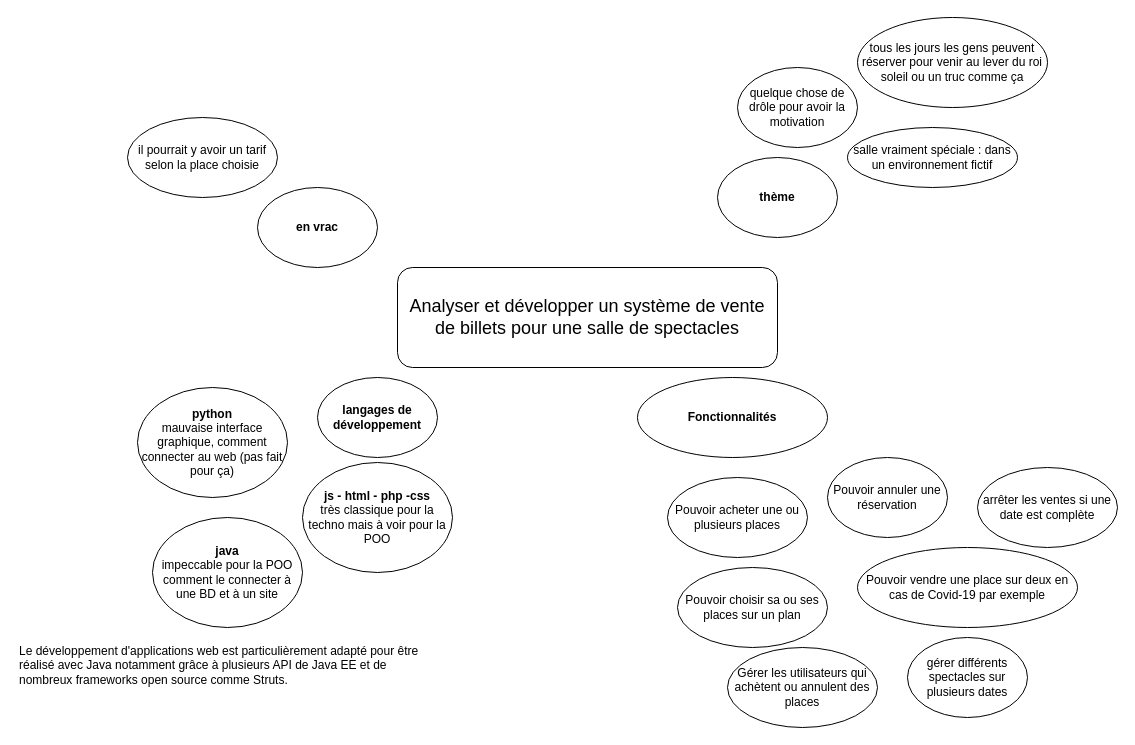
The draw.io diagram page "brainstorming" (1 of 7) of analyse/Diagramme sans nom.drawio in baptisteRiviere/SpectacleHallManagement, before the edit. Source tidied: cells renumbered, new cells numbered last; positions are measured from the earlier drawing's top-left corner, leaving out a move shared by most shapes. Both pictures are drawn from the tidied source at 100%, with x=0, y=0 at pixel (17, 17).
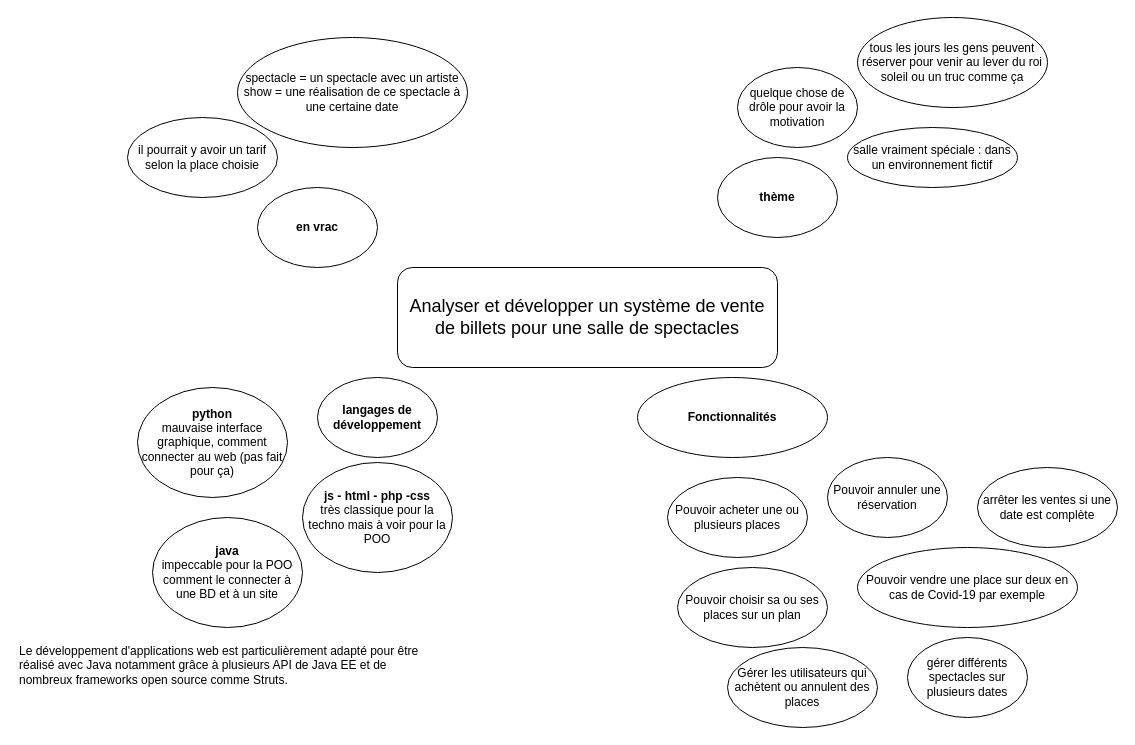
The same page after the edit.

The edit, as a diff of the source:
```diff
@@
+    <mxCell id="22" value="&lt;div&gt;spectacle = un spectacle avec un artiste&lt;/div&gt;&lt;div&gt;show = une réalisation de ce spectacle à une certaine date&lt;br&gt;&lt;/div&gt;" style="ellipse;whiteSpace=wrap;html=1;" parent="1" vertex="1">
+      <mxGeometry x="220" y="20" width="230" height="110" as="geometry" />
+    </mxCell>
```
